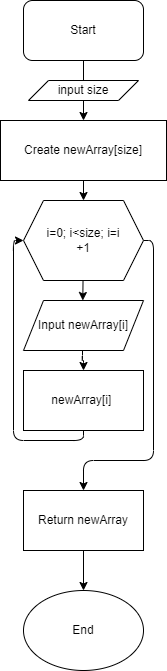
Before: 1.CreateArray.drawio.png, a diagram exported from draw.io (wdlts/EXAMINATION_CSHARP). Source tidied: cells renumbered, new cells last; positions are measured from the earlier drawing's top-left corner, leaving out a move shared by most shapes.
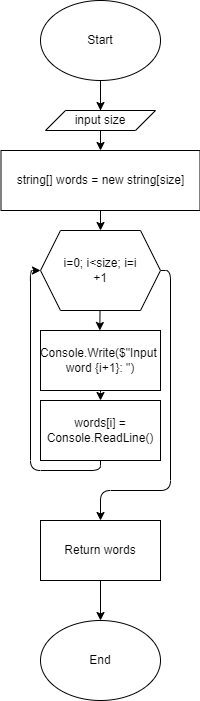
After the commit.

What changed in the source:
```diff
@@ -2,19 +2,17 @@
   <root>
     <mxCell id="0" />
     <mxCell id="1" parent="0" />
-    <mxCell id="2" style="edgeStyle=none;html=1;" parent="1" edge="1" source="3">
+    <mxCell id="2" style="edgeStyle=none;html=1;" parent="1" edge="1">
       <mxGeometry relative="1" as="geometry">
+        <mxPoint x="83" y="60" as="sourcePoint" />
         <mxPoint x="83" y="120" as="targetPoint" />
       </mxGeometry>
     </mxCell>
-    <mxCell id="3" value="Start" style="rounded=1;whiteSpace=wrap;html=1;" parent="1" vertex="1">
-      <mxGeometry x="23" width="120" height="60" as="geometry" />
-    </mxCell>
     <mxCell id="4" style="edgeStyle=none;html=1;exitX=0.5;exitY=1;exitDx=0;exitDy=0;" parent="1" edge="1" source="5" target="8">
       <mxGeometry relative="1" as="geometry" />
     </mxCell>
-    <mxCell id="5" value="&lt;span&gt;Create newArray[size]&lt;/span&gt;" style="rounded=0;whiteSpace=wrap;html=1;" parent="1" vertex="1">
-      <mxGeometry y="120" width="166" height="60" as="geometry" />
+    <mxCell id="5" value="string[] words = new string[size]" style="rounded=0;whiteSpace=wrap;html=1;" parent="1" vertex="1">
+      <mxGeometry x="-16.5" y="120" width="199" height="60" as="geometry" />
     </mxCell>
     <mxCell id="6" style="edgeStyle=none;html=1;" parent="1" edge="1" source="8">
       <mxGeometry relative="1" as="geometry">
@@ -41,23 +39,29 @@
     <mxCell id="10" style="edgeStyle=orthogonalEdgeStyle;html=1;exitX=0.5;exitY=1;exitDx=0;exitDy=0;entryX=0;entryY=0.5;entryDx=0;entryDy=0;" parent="1" edge="1" source="11" target="8">
       <mxGeometry relative="1" as="geometry" />
     </mxCell>
-    <mxCell id="11" value="newArray[i]&amp;nbsp;" style="rounded=0;whiteSpace=wrap;html=1;" parent="1" vertex="1">
+    <mxCell id="11" value="words[i] = Console.ReadLine()" style="rounded=0;whiteSpace=wrap;html=1;" parent="1" vertex="1">
       <mxGeometry x="23" y="370" width="120" height="60" as="geometry" />
     </mxCell>
     <mxCell id="12" style="edgeStyle=orthogonalEdgeStyle;html=1;" parent="1" edge="1" source="13" target="14">
       <mxGeometry relative="1" as="geometry" />
     </mxCell>
-    <mxCell id="13" value="Return newArray" style="rounded=0;whiteSpace=wrap;html=1;" parent="1" vertex="1">
+    <mxCell id="13" value="Return words" style="rounded=0;whiteSpace=wrap;html=1;" parent="1" vertex="1">
       <mxGeometry x="23" y="490" width="120" height="60" as="geometry" />
     </mxCell>
     <mxCell id="14" value="End" style="ellipse;whiteSpace=wrap;html=1;" parent="1" vertex="1">
       <mxGeometry x="23" y="590" width="120" height="80" as="geometry" />
     </mxCell>
-    <mxCell id="15" value="Input newArray[i]" style="shape=parallelogram;perimeter=parallelogramPerimeter;whiteSpace=wrap;html=1;fixedSize=1;" parent="1" vertex="1">
-      <mxGeometry x="23" y="300" width="120" height="50" as="geometry" />
-    </mxCell>
     <mxCell id="16" value="input size" style="shape=parallelogram;perimeter=parallelogramPerimeter;whiteSpace=wrap;html=1;fixedSize=1;" parent="1" vertex="1">
       <mxGeometry x="28" y="80" width="110" height="20" as="geometry" />
     </mxCell>
+    <mxCell id="17" value="Console.Write($&quot;Input&amp;nbsp; word {i+1}: &quot;)" style="rounded=0;whiteSpace=wrap;html=1;" parent="1" vertex="1">
+      <mxGeometry x="23" y="300" width="120" height="60" as="geometry" />
+    </mxCell>
+    <mxCell id="18" style="edgeStyle=none;html=1;" parent="1" edge="1" source="3" target="16">
+      <mxGeometry relative="1" as="geometry" />
+    </mxCell>
+    <mxCell id="3" value="Start" style="ellipse;whiteSpace=wrap;html=1;" parent="1" vertex="1">
+      <mxGeometry x="23" y="-30" width="120" height="80" as="geometry" />
+    </mxCell>
   </root>
 </mxGraphModel>
```
